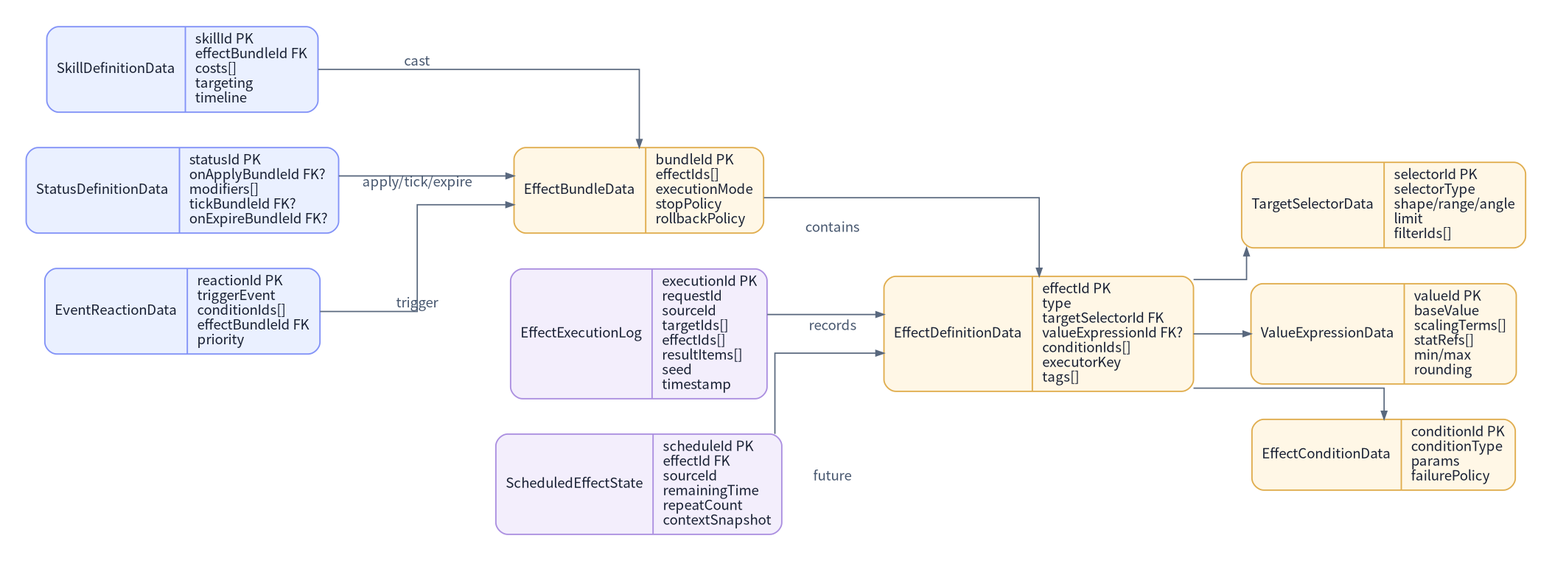
Before: assets/diagrams/13_effect_data_model_diagram.png, a diagram exported from Graphviz (JY-LemongO/game-system-framework-knowledge-site). Its source is kept beside it as source/diagrams/13_effect_data_model_diagram.dot. Its diagram source:
```dot
digraph G {

  graph [fontname="Noto Sans CJK KR", bgcolor="#ffffff", margin=0.12, pad=0.25, ranksep=0.65, nodesep=0.48];
  node [fontname="Noto Sans CJK KR", shape=box, style="rounded,filled", color="#bac7db", penwidth=1.4, fillcolor="#ffffff", fontcolor="#182033", margin="0.14,0.09"];
  edge [fontname="Noto Sans CJK KR", color="#59687e", fontcolor="#46566e", arrowsize=0.8, penwidth=1.3];

  rankdir=LR;
  splines=ortho;
  node [shape=record, style="rounded,filled", fillcolor="#ffffff"];
  EffectDefinitionData [label="{EffectDefinitionData|effectId PK\ltype\ltargetSelectorId FK\lvalueExpressionId FK?\lconditionIds[]\lexecutorKey\ltags[]\l}", fillcolor="#fff7e6", color="#e0ad4e"];
  EffectBundleData [label="{EffectBundleData|bundleId PK\leffectIds[]\lexecutionMode\lstopPolicy\lrollbackPolicy\l}", fillcolor="#fff7e6", color="#e0ad4e"];
  TargetSelectorData [label="{TargetSelectorData|selectorId PK\lselectorType\lshape/range/angle\llimit\lfilterIds[]\l}", fillcolor="#fff7e6", color="#e0ad4e"];
  ValueExpressionData [label="{ValueExpressionData|valueId PK\lbaseValue\lscalingTerms[]\lstatRefs[]\lmin/max\lrounding\l}", fillcolor="#fff7e6", color="#e0ad4e"];
  EffectConditionData [label="{EffectConditionData|conditionId PK\lconditionType\lparams\lfailurePolicy\l}", fillcolor="#fff7e6", color="#e0ad4e"];
  SkillDefinitionData [label="{SkillDefinitionData|skillId PK\leffectBundleId FK\lcosts[]\ltargeting\ltimeline\l}", fillcolor="#eaf0ff", color="#8292f7"];
  StatusDefinitionData [label="{StatusDefinitionData|statusId PK\lonApplyBundleId FK?\lmodifiers[]\ltickBundleId FK?\lonExpireBundleId FK?\l}", fillcolor="#eaf0ff", color="#8292f7"];
  EventReactionData [label="{EventReactionData|reactionId PK\ltriggerEvent\lconditionIds[]\leffectBundleId FK\lpriority\l}", fillcolor="#eaf0ff", color="#8292f7"];
  EffectExecutionLog [label="{EffectExecutionLog|executionId PK\lrequestId\lsourceId\ltargetIds[]\leffectIds[]\lresultItems[]\lseed\ltimestamp\l}", fillcolor="#f3eefc", color="#ab8fe0"];
  ScheduledEffectState [label="{ScheduledEffectState|scheduleId PK\leffectId FK\lsourceId\lremainingTime\lrepeatCount\lcontextSnapshot\l}", fillcolor="#f3eefc", color="#ab8fe0"];

  EffectBundleData -> EffectDefinitionData [label="contains"];
  EffectDefinitionData -> TargetSelectorData;
  EffectDefinitionData -> ValueExpressionData;
  EffectDefinitionData -> EffectConditionData;
  SkillDefinitionData -> EffectBundleData [label="cast"];
  StatusDefinitionData -> EffectBundleData [label="apply/tick/expire"];
  EventReactionData -> EffectBundleData [label="trigger"];
  EffectExecutionLog -> EffectDefinitionData [label="records"];
  ScheduledEffectState -> EffectDefinitionData [label="future"];
}
```
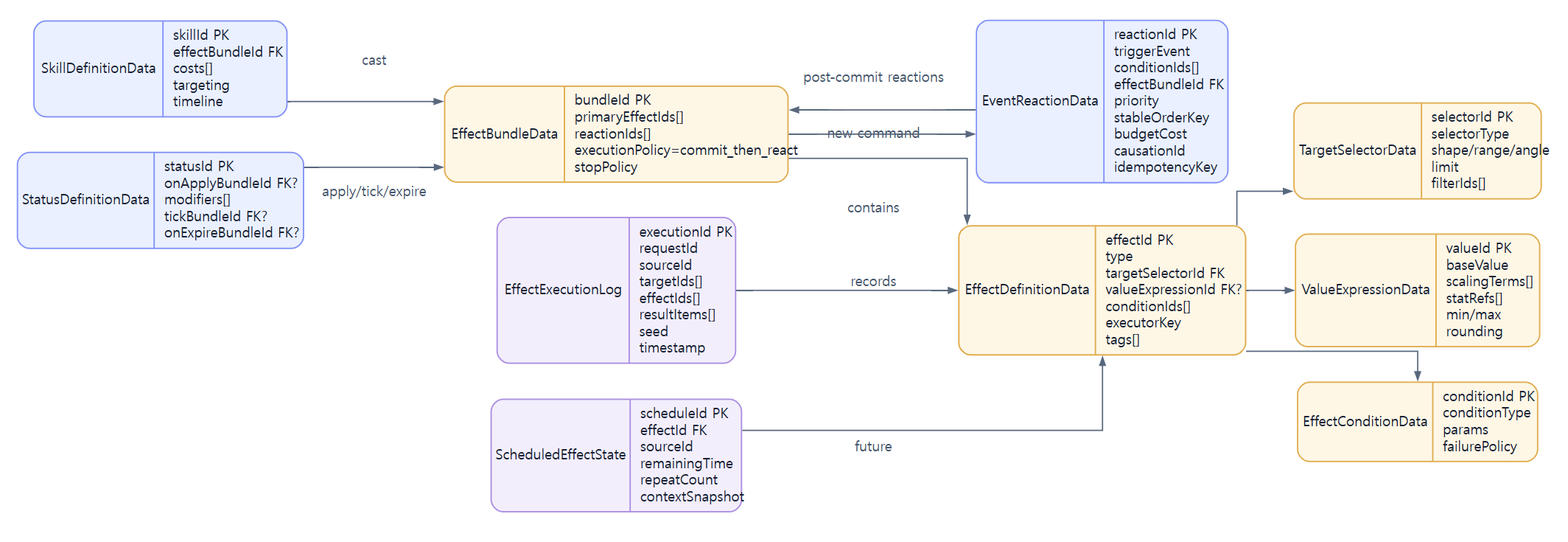
After the commit.

Diff of the diagram source:
```diff
@@ -8,13 +8,13 @@
   splines=ortho;
   node [shape=record, style="rounded,filled", fillcolor="#ffffff"];
   EffectDefinitionData [label="{EffectDefinitionData|effectId PK\ltype\ltargetSelectorId FK\lvalueExpressionId FK?\lconditionIds[]\lexecutorKey\ltags[]\l}", fillcolor="#fff7e6", color="#e0ad4e"];
-  EffectBundleData [label="{EffectBundleData|bundleId PK\leffectIds[]\lexecutionMode\lstopPolicy\lrollbackPolicy\l}", fillcolor="#fff7e6", color="#e0ad4e"];
+  EffectBundleData [label="{EffectBundleData|bundleId PK\lprimaryEffectIds[]\lreactionIds[]\lexecutionPolicy=commit_then_react\lstopPolicy\l}", fillcolor="#fff7e6", color="#e0ad4e"];
   TargetSelectorData [label="{TargetSelectorData|selectorId PK\lselectorType\lshape/range/angle\llimit\lfilterIds[]\l}", fillcolor="#fff7e6", color="#e0ad4e"];
   ValueExpressionData [label="{ValueExpressionData|valueId PK\lbaseValue\lscalingTerms[]\lstatRefs[]\lmin/max\lrounding\l}", fillcolor="#fff7e6", color="#e0ad4e"];
   EffectConditionData [label="{EffectConditionData|conditionId PK\lconditionType\lparams\lfailurePolicy\l}", fillcolor="#fff7e6", color="#e0ad4e"];
   SkillDefinitionData [label="{SkillDefinitionData|skillId PK\leffectBundleId FK\lcosts[]\ltargeting\ltimeline\l}", fillcolor="#eaf0ff", color="#8292f7"];
   StatusDefinitionData [label="{StatusDefinitionData|statusId PK\lonApplyBundleId FK?\lmodifiers[]\ltickBundleId FK?\lonExpireBundleId FK?\l}", fillcolor="#eaf0ff", color="#8292f7"];
-  EventReactionData [label="{EventReactionData|reactionId PK\ltriggerEvent\lconditionIds[]\leffectBundleId FK\lpriority\l}", fillcolor="#eaf0ff", color="#8292f7"];
+  EventReactionData [label="{EventReactionData|reactionId PK\ltriggerEvent\lconditionIds[]\leffectBundleId FK\lpriority\lstableOrderKey\lbudgetCost\lcausationId\lidempotencyKey\l}", fillcolor="#eaf0ff", color="#8292f7"];
   EffectExecutionLog [label="{EffectExecutionLog|executionId PK\lrequestId\lsourceId\ltargetIds[]\leffectIds[]\lresultItems[]\lseed\ltimestamp\l}", fillcolor="#f3eefc", color="#ab8fe0"];
   ScheduledEffectState [label="{ScheduledEffectState|scheduleId PK\leffectId FK\lsourceId\lremainingTime\lrepeatCount\lcontextSnapshot\l}", fillcolor="#f3eefc", color="#ab8fe0"];
 
@@ -24,7 +24,8 @@
   EffectDefinitionData -> EffectConditionData;
   SkillDefinitionData -> EffectBundleData [label="cast"];
   StatusDefinitionData -> EffectBundleData [label="apply/tick/expire"];
-  EventReactionData -> EffectBundleData [label="trigger"];
+  EffectBundleData -> EventReactionData [label="post-commit reactions"];
+  EventReactionData -> EffectBundleData [label="new command"];
   EffectExecutionLog -> EffectDefinitionData [label="records"];
   ScheduledEffectState -> EffectDefinitionData [label="future"];
 }
```
